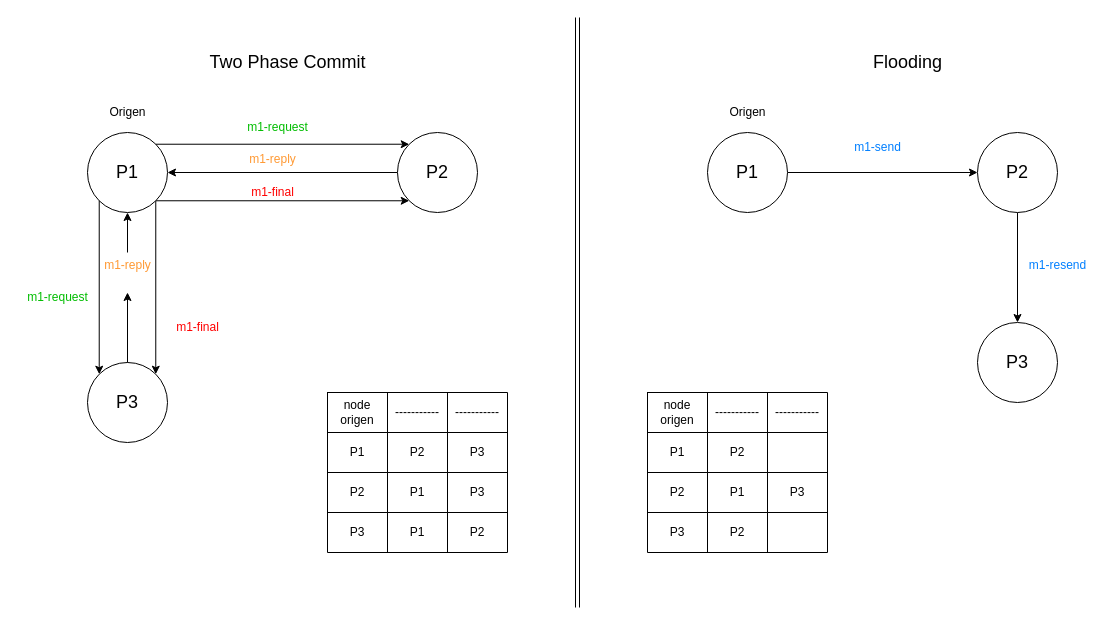
This is ilustraciones.drawio from JuaniV2002/lamport_broadcast, a draw.io file, before an edit. Source tidied: cells renumbered, new cells numbered last; positions are measured from the earlier drawing's top-left corner, leaving out a move shared by most shapes. Both pictures are drawn from the tidied source at 100%, with x=0, y=0 at pixel (17, 17).
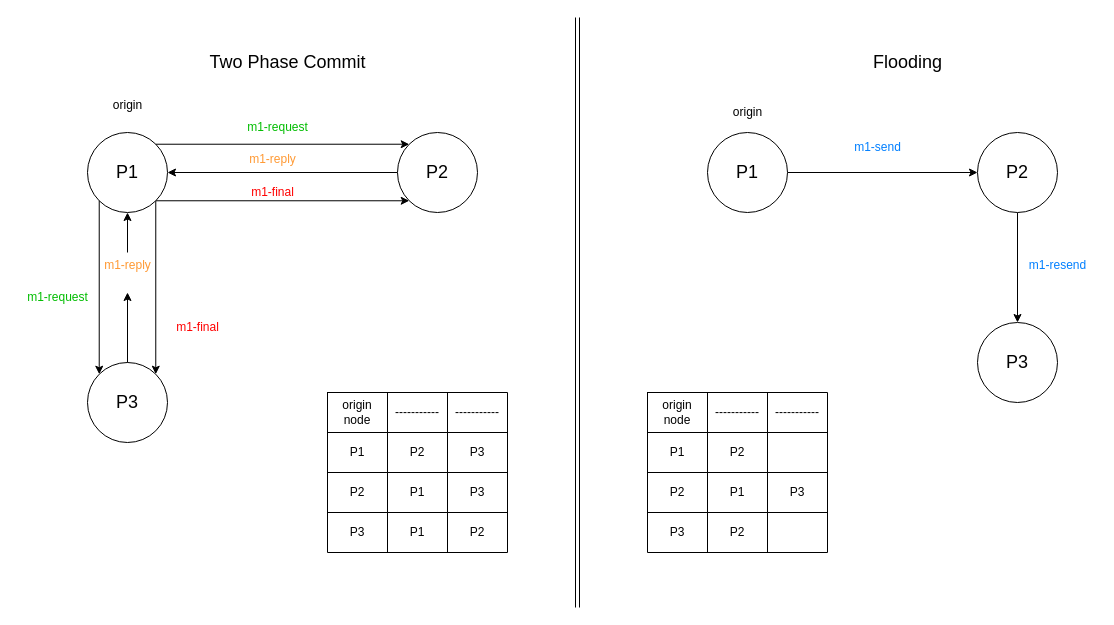
The same diagram, later.

Unchanged cells that the change refers to:
```xml
<mxCell id="11" style="shape=tableRow;horizontal=0;startSize=0;swimlaneHead=0;swimlaneBody=0;strokeColor=inherit;top=0;left=0;bottom=0;right=0;fillColor=none;" parent="10" vertex="1">
  <mxGeometry width="180" height="40" as="geometry" />
</mxCell>
<mxCell id="32" style="shape=tableRow;horizontal=0;startSize=0;swimlaneHead=0;swimlaneBody=0;strokeColor=inherit;top=0;left=0;bottom=0;right=0;fillColor=none;" parent="31" vertex="1">
  <mxGeometry width="180" height="40" as="geometry" />
</mxCell>
```

What changed in the source:
```diff
@@
-    <mxCell id="12" value="node origen" style="shape=partialRectangle;html=1;whiteSpace=wrap;strokeColor=inherit;overflow=hidden;fillColor=none;top=0;left=0;bottom=0;right=0;" parent="11" vertex="1">
+    <mxCell id="12" value="origin node" style="shape=partialRectangle;html=1;whiteSpace=wrap;strokeColor=inherit;overflow=hidden;fillColor=none;top=0;left=0;bottom=0;right=0;" parent="11" vertex="1">
       <mxGeometry width="60" height="40" as="geometry" />
     </mxCell>
@@
-    <mxCell id="33" value="node origen" style="shape=partialRectangle;html=1;whiteSpace=wrap;strokeColor=inherit;overflow=hidden;fillColor=none;top=0;left=0;bottom=0;right=0;" parent="32" vertex="1">
+    <mxCell id="33" value="origin node" style="shape=partialRectangle;html=1;whiteSpace=wrap;strokeColor=inherit;overflow=hidden;fillColor=none;top=0;left=0;bottom=0;right=0;" parent="32" vertex="1">
       <mxGeometry width="60" height="40" as="geometry" />
     </mxCell>
@@
-    <mxCell id="62" value="Origen" style="text;html=1;align=center;verticalAlign=middle;strokeColor=none;fillColor=none;" parent="1" vertex="1">
-      <mxGeometry x="80" y="80" width="60" height="30" as="geometry" />
+    <mxCell id="62" value="origin&lt;div&gt;&lt;br&gt;&lt;/div&gt;" style="text;html=1;align=center;verticalAlign=middle;strokeColor=none;fillColor=none;" parent="1" vertex="1">
+      <mxGeometry x="85" y="75" width="50" height="40" as="geometry" />
     </mxCell>
-    <mxCell id="63" value="Origen" style="text;html=1;align=center;verticalAlign=middle;strokeColor=none;fillColor=none;" parent="1" vertex="1">
-      <mxGeometry x="700" y="80" width="60" height="30" as="geometry" />
+    <mxCell id="63" value="origin" style="text;html=1;align=center;verticalAlign=middle;strokeColor=none;fillColor=none;" parent="1" vertex="1">
+      <mxGeometry x="705" y="80" width="50" height="30" as="geometry" />
     </mxCell>
```
